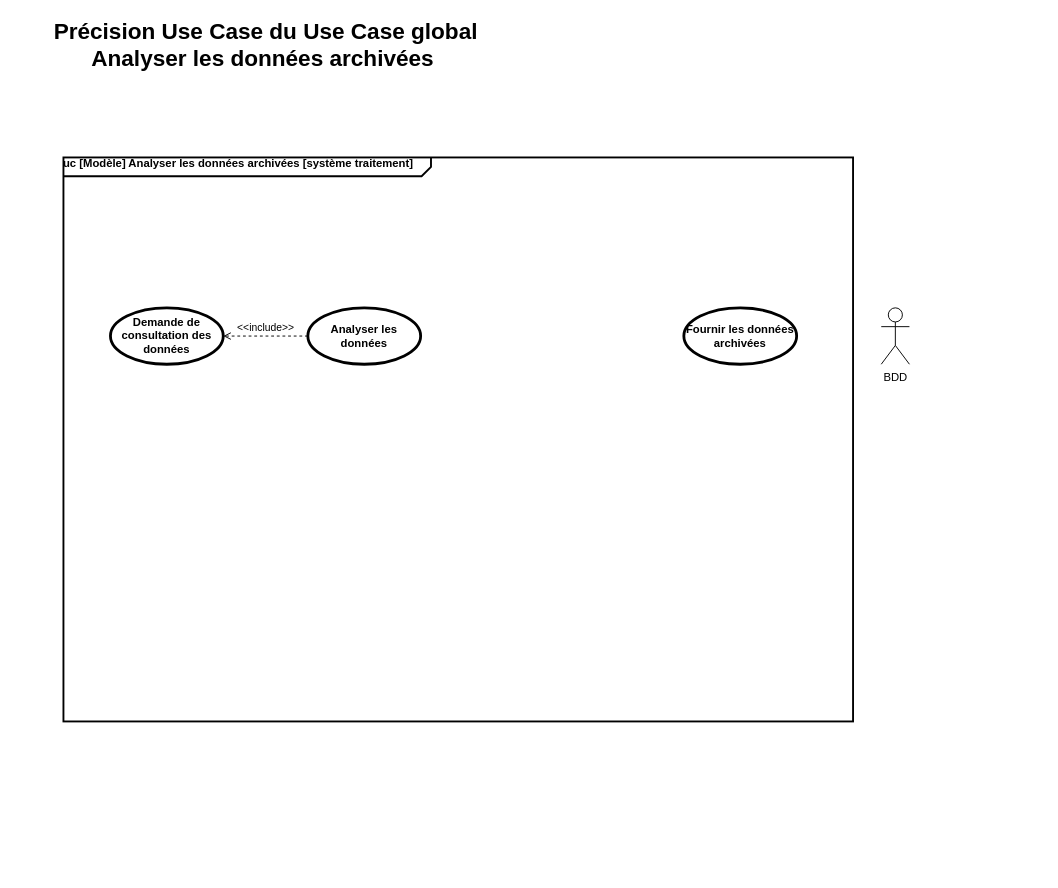
ToGen49/Hippodrome keeps this draw.io diagram as SYSML/UseCase/D-UC_Analyser_les_donnees_archivees-F1.drawio. Above is the earlier version. Source tidied: cells renumbered, new cells numbered last; positions are measured from the earlier drawing's top-left corner, leaving out a move shared by most shapes. Both pictures are drawn from the tidied source at 94%, with x=0, y=0 at pixel (16, 16).
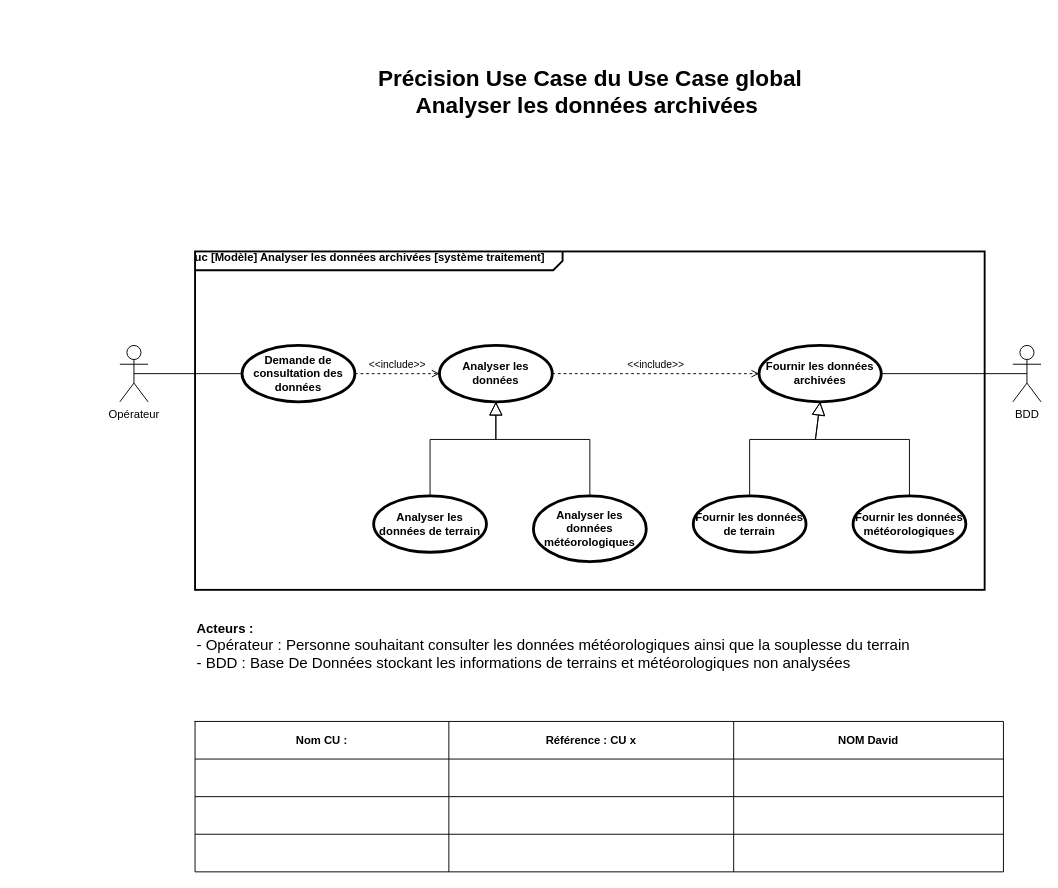
The same diagram, later.

Commit message (it also covers changes not shown here):
Mettre à jour D-UC_Analyser_les_donnees_archivees-F1.drawio

Change to the diagram source:
```diff
@@
     <mxCell id="2" value="Précision Use Case du Use Case global&lt;div&gt;Analyser les données archivées&amp;nbsp;&lt;/div&gt;" style="text;strokeColor=none;fillColor=none;html=1;fontSize=24;fontStyle=1;verticalAlign=middle;align=center;" parent="1" vertex="1">
-      <mxGeometry width="530" height="60" as="geometry" />
+      <mxGeometry x="345" y="50" width="530" height="60" as="geometry" />
     </mxCell>
     <mxCell id="3" value="&lt;b&gt;uc [Modèle] Analyser les données archivées [système traitement]&lt;/b&gt;" style="html=1;shape=mxgraph.sysml.package;overflow=fill;labelX=391;strokeWidth=2;align=left;" parent="1" vertex="1">
-      <mxGeometry x="50" y="150" width="840" height="600" as="geometry" />
+      <mxGeometry x="190" y="250" width="840" height="360" as="geometry" />
     </mxCell>
     <mxCell id="4" value="Demande de consultation des données" style="shape=ellipse;html=1;strokeWidth=3;fontStyle=1;whiteSpace=wrap;align=center;perimeter=ellipsePerimeter;" parent="1" vertex="1">
-      <mxGeometry x="100" y="310" width="120" height="60" as="geometry" />
+      <mxGeometry x="240" y="350" width="120" height="60" as="geometry" />
     </mxCell>
     <mxCell id="5" value="Analyser les données" style="shape=ellipse;html=1;strokeWidth=3;fontStyle=1;whiteSpace=wrap;align=center;perimeter=ellipsePerimeter;" parent="1" vertex="1">
-      <mxGeometry x="310" y="310" width="120" height="60" as="geometry" />
+      <mxGeometry x="450" y="350" width="120" height="60" as="geometry" />
     </mxCell>
     <mxCell id="6" value="BDD" style="shape=umlActor;verticalLabelPosition=bottom;verticalAlign=top;html=1;outlineConnect=0;" parent="1" vertex="1">
-      <mxGeometry x="920" y="310" width="30" height="60" as="geometry" />
+      <mxGeometry x="1060" y="350" width="30" height="60" as="geometry" />
     </mxCell>
     <mxCell id="7" value="Fournir les données archivées" style="shape=ellipse;html=1;strokeWidth=3;fontStyle=1;whiteSpace=wrap;align=center;perimeter=ellipsePerimeter;" parent="1" vertex="1">
-      <mxGeometry x="710" y="310" width="120" height="60" as="geometry" />
+      <mxGeometry x="790" y="350" width="130" height="60" as="geometry" />
     </mxCell>
-    <mxCell id="8" value="&amp;lt;&amp;lt;include&amp;gt;&amp;gt;" style="edgeStyle=none;html=1;endArrow=open;verticalAlign=bottom;dashed=1;labelBackgroundColor=none;rounded=0;entryX=1;entryY=0.5;entryDx=0;entryDy=0;exitX=0;exitY=0.5;exitDx=0;exitDy=0;" parent="1" edge="1" source="5" target="4">
+    <mxCell id="8" value="&amp;lt;&amp;lt;include&amp;gt;&amp;gt;" style="edgeStyle=none;html=1;endArrow=open;verticalAlign=bottom;dashed=1;labelBackgroundColor=none;rounded=0;entryX=0;entryY=0.5;entryDx=0;entryDy=0;exitX=1;exitY=0.5;exitDx=0;exitDy=0;" parent="1" edge="1" source="4" target="5">
       <mxGeometry relative="1" as="geometry" />
     </mxCell>
+    <mxCell id="9" style="edgeStyle=none;html=1;endArrow=block;endFill=0;endSize=12;verticalAlign=bottom;rounded=0;entryX=0.5;entryY=1;entryDx=0;entryDy=0;exitX=0.5;exitY=0;exitDx=0;exitDy=0;" parent="1" edge="1" source="11" target="5">
+      <mxGeometry relative="1" as="geometry">
+        <Array as="points">
+          <mxPoint x="440" y="450" />
+          <mxPoint x="510" y="450" />
+        </Array>
+      </mxGeometry>
+    </mxCell>
+    <mxCell id="10" value="Analyser les données météorologiques" style="shape=ellipse;html=1;strokeWidth=3;fontStyle=1;whiteSpace=wrap;align=center;perimeter=ellipsePerimeter;" parent="1" vertex="1">
+      <mxGeometry x="550" y="510" width="120" height="70" as="geometry" />
+    </mxCell>
+    <mxCell id="11" value="Analyser les données de terrain" style="shape=ellipse;html=1;strokeWidth=3;fontStyle=1;whiteSpace=wrap;align=center;perimeter=ellipsePerimeter;" parent="1" vertex="1">
+      <mxGeometry x="380" y="510" width="120" height="60" as="geometry" />
+    </mxCell>
+    <mxCell id="12" style="edgeStyle=none;html=1;endArrow=block;endFill=0;endSize=12;verticalAlign=bottom;rounded=0;entryX=0.5;entryY=1;entryDx=0;entryDy=0;exitX=0.5;exitY=0;exitDx=0;exitDy=0;" parent="1" edge="1" source="10" target="5">
+      <mxGeometry relative="1" as="geometry">
+        <Array as="points">
+          <mxPoint x="610" y="450" />
+          <mxPoint x="510" y="450" />
+        </Array>
+      </mxGeometry>
+    </mxCell>
+    <mxCell id="13" style="edgeStyle=none;html=1;endArrow=block;endFill=0;endSize=12;verticalAlign=bottom;rounded=0;exitX=0.5;exitY=0;exitDx=0;exitDy=0;entryX=0.5;entryY=1;entryDx=0;entryDy=0;" parent="1" edge="1" source="15" target="7">
+      <mxGeometry relative="1" as="geometry">
+        <Array as="points">
+          <mxPoint x="780" y="450" />
+          <mxPoint x="850" y="450" />
+        </Array>
+      </mxGeometry>
+    </mxCell>
+    <mxCell id="14" value="Fournir les données météorologiques" style="shape=ellipse;html=1;strokeWidth=3;fontStyle=1;whiteSpace=wrap;align=center;perimeter=ellipsePerimeter;" parent="1" vertex="1">
+      <mxGeometry x="890" y="510" width="120" height="60" as="geometry" />
+    </mxCell>
+    <mxCell id="15" value="Fournir les données de terrain" style="shape=ellipse;html=1;strokeWidth=3;fontStyle=1;whiteSpace=wrap;align=center;perimeter=ellipsePerimeter;" parent="1" vertex="1">
+      <mxGeometry x="720" y="510" width="120" height="60" as="geometry" />
+    </mxCell>
+    <mxCell id="16" style="edgeStyle=none;html=1;endArrow=block;endFill=0;endSize=12;verticalAlign=bottom;rounded=0;entryX=0.5;entryY=1;entryDx=0;entryDy=0;exitX=0.5;exitY=0;exitDx=0;exitDy=0;" parent="1" edge="1" source="14" target="7">
+      <mxGeometry relative="1" as="geometry">
+        <Array as="points">
+          <mxPoint x="950" y="450" />
+          <mxPoint x="850" y="450" />
+        </Array>
+      </mxGeometry>
+    </mxCell>
+    <mxCell id="17" value="&amp;lt;&amp;lt;include&amp;gt;&amp;gt;" style="edgeStyle=none;html=1;endArrow=open;verticalAlign=bottom;dashed=1;labelBackgroundColor=none;rounded=0;entryX=0;entryY=0.5;entryDx=0;entryDy=0;" parent="1" edge="1" source="5" target="7">
+      <mxGeometry relative="1" as="geometry" />
+    </mxCell>
+    <mxCell id="18" style="edgeStyle=none;html=1;endArrow=none;verticalAlign=bottom;rounded=0;exitX=1;exitY=0.5;exitDx=0;exitDy=0;entryX=0.5;entryY=0.5;entryDx=0;entryDy=0;entryPerimeter=0;" parent="1" edge="1" source="7" target="6">
+      <mxGeometry relative="1" as="geometry" />
+    </mxCell>
+    <mxCell id="19" value="Opérateur" style="shape=umlActor;html=1;verticalLabelPosition=bottom;verticalAlign=top;align=center;" parent="1" vertex="1">
+      <mxGeometry x="110" y="350" width="30" height="60" as="geometry" />
+    </mxCell>
+    <mxCell id="20" style="edgeStyle=none;html=1;endArrow=none;verticalAlign=bottom;rounded=0;exitX=0.5;exitY=0.5;exitDx=0;exitDy=0;exitPerimeter=0;entryX=0;entryY=0.5;entryDx=0;entryDy=0;" parent="1" edge="1" source="19" target="4">
+      <mxGeometry relative="1" as="geometry" />
+    </mxCell>
+    <mxCell id="21" value="&lt;font style=&quot;font-size: 14px;&quot;&gt;&lt;b&gt;Acteurs :&lt;/b&gt;&lt;/font&gt;&lt;div&gt;&lt;font size=&quot;3&quot;&gt;- Opérateur :&amp;nbsp;&lt;span style=&quot;background-color: transparent; color: light-dark(rgb(0, 0, 0), rgb(255, 255, 255));&quot;&gt;Personne souhaitant consulter les données météorologiques ainsi que la souplesse du terrain&lt;/span&gt;&lt;br&gt;&lt;/font&gt;&lt;/div&gt;&lt;div&gt;&lt;font size=&quot;3&quot;&gt;&lt;span style=&quot;background-color: transparent; color: light-dark(rgb(0, 0, 0), rgb(255, 255, 255));&quot;&gt;- BDD : Base De Données stockant les informations de terrains et météorologiques non analysées&lt;br&gt;&lt;/span&gt;&lt;/font&gt;&lt;/div&gt;" style="text;html=1;align=left;verticalAlign=middle;whiteSpace=wrap;rounded=0;" parent="1" vertex="1">
+      <mxGeometry x="190" y="630" width="820" height="80" as="geometry" />
+    </mxCell>
+    <mxCell id="22" style="shape=table;startSize=0;childLayout=tableLayout;" parent="1" vertex="1">
+      <mxGeometry x="190" y="750" width="860" height="160" as="geometry" />
+    </mxCell>
+    <mxCell id="23" style="shape=tableRow;horizontal=0;startSize=0;swimlaneHead=0;swimlaneBody=0;strokeColor=inherit;top=0;left=0;bottom=0;right=0;fillColor=none;" parent="22" vertex="1">
+      <mxGeometry width="860" height="40" as="geometry" />
+    </mxCell>
+    <mxCell id="24" value="&lt;b&gt;Nom CU :&lt;/b&gt;" style="shape=partialRectangle;html=1;whiteSpace=wrap;strokeColor=inherit;overflow=hidden;fillColor=none;top=0;left=0;bottom=0;right=0;" parent="23" vertex="1">
+      <mxGeometry width="270" height="40" as="geometry" />
+    </mxCell>
+    <mxCell id="25" value="&lt;b&gt;Référence : CU x&lt;/b&gt;" style="shape=partialRectangle;html=1;whiteSpace=wrap;strokeColor=inherit;overflow=hidden;fillColor=none;top=0;left=0;bottom=0;right=0;" parent="23" vertex="1">
+      <mxGeometry x="270" width="303" height="40" as="geometry" />
+    </mxCell>
+    <mxCell id="26" value="&lt;b&gt;NOM David&lt;/b&gt;" style="shape=partialRectangle;html=1;whiteSpace=wrap;strokeColor=inherit;overflow=hidden;fillColor=none;top=0;left=0;bottom=0;right=0;" parent="23" vertex="1">
+      <mxGeometry x="573" width="287" height="40" as="geometry" />
+    </mxCell>
+    <mxCell id="27" style="shape=tableRow;horizontal=0;startSize=0;swimlaneHead=0;swimlaneBody=0;strokeColor=inherit;top=0;left=0;bottom=0;right=0;fillColor=none;" parent="22" vertex="1">
+      <mxGeometry y="40" width="860" height="40" as="geometry" />
+    </mxCell>
+    <mxCell id="28" style="shape=partialRectangle;html=1;whiteSpace=wrap;strokeColor=inherit;overflow=hidden;fillColor=none;top=0;left=0;bottom=0;right=0;" parent="27" vertex="1">
+      <mxGeometry width="270" height="40" as="geometry" />
+    </mxCell>
+    <mxCell id="29" style="shape=partialRectangle;html=1;whiteSpace=wrap;strokeColor=inherit;overflow=hidden;fillColor=none;top=0;left=0;bottom=0;right=0;" parent="27" vertex="1">
+      <mxGeometry x="270" width="303" height="40" as="geometry" />
+    </mxCell>
+    <mxCell id="30" style="shape=partialRectangle;html=1;whiteSpace=wrap;strokeColor=inherit;overflow=hidden;fillColor=none;top=0;left=0;bottom=0;right=0;" parent="27" vertex="1">
+      <mxGeometry x="573" width="287" height="40" as="geometry" />
+    </mxCell>
+    <mxCell id="31" style="shape=tableRow;horizontal=0;startSize=0;swimlaneHead=0;swimlaneBody=0;strokeColor=inherit;top=0;left=0;bottom=0;right=0;fillColor=none;" parent="22" vertex="1">
+      <mxGeometry y="80" width="860" height="40" as="geometry" />
+    </mxCell>
+    <mxCell id="32" style="shape=partialRectangle;html=1;whiteSpace=wrap;strokeColor=inherit;overflow=hidden;fillColor=none;top=0;left=0;bottom=0;right=0;" parent="31" vertex="1">
+      <mxGeometry width="270" height="40" as="geometry" />
+    </mxCell>
+    <mxCell id="33" style="shape=partialRectangle;html=1;whiteSpace=wrap;strokeColor=inherit;overflow=hidden;fillColor=none;top=0;left=0;bottom=0;right=0;" parent="31" vertex="1">
+      <mxGeometry x="270" width="303" height="40" as="geometry" />
+    </mxCell>
+    <mxCell id="34" style="shape=partialRectangle;html=1;whiteSpace=wrap;strokeColor=inherit;overflow=hidden;fillColor=none;top=0;left=0;bottom=0;right=0;" parent="31" vertex="1">
+      <mxGeometry x="573" width="287" height="40" as="geometry" />
+    </mxCell>
+    <mxCell id="35" style="shape=tableRow;horizontal=0;startSize=0;swimlaneHead=0;swimlaneBody=0;strokeColor=inherit;top=0;left=0;bottom=0;right=0;fillColor=none;" parent="22" vertex="1">
+      <mxGeometry y="120" width="860" height="40" as="geometry" />
+    </mxCell>
+    <mxCell id="36" style="shape=partialRectangle;html=1;whiteSpace=wrap;strokeColor=inherit;overflow=hidden;fillColor=none;top=0;left=0;bottom=0;right=0;" parent="35" vertex="1">
+      <mxGeometry width="270" height="40" as="geometry" />
+    </mxCell>
+    <mxCell id="37" style="shape=partialRectangle;html=1;whiteSpace=wrap;strokeColor=inherit;overflow=hidden;fillColor=none;top=0;left=0;bottom=0;right=0;" parent="35" vertex="1">
+      <mxGeometry x="270" width="303" height="40" as="geometry" />
+    </mxCell>
+    <mxCell id="38" style="shape=partialRectangle;html=1;whiteSpace=wrap;strokeColor=inherit;overflow=hidden;fillColor=none;top=0;left=0;bottom=0;right=0;" parent="35" vertex="1">
+      <mxGeometry x="573" width="287" height="40" as="geometry" />
+    </mxCell>
```
